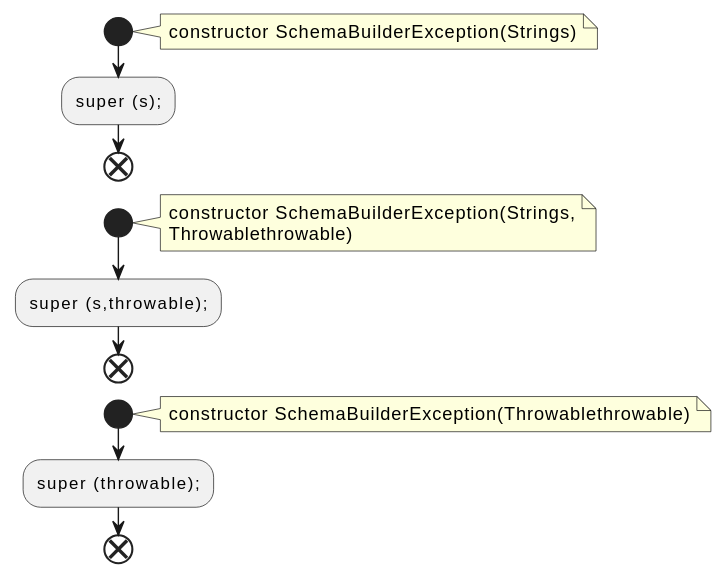
Earlier version of the PlantUML export docs/qc/connect/api/src/main/java/org/apache/kafka/connect/errors/SchemaBuilderException.java.fct.svg (qualitesys/kafka).
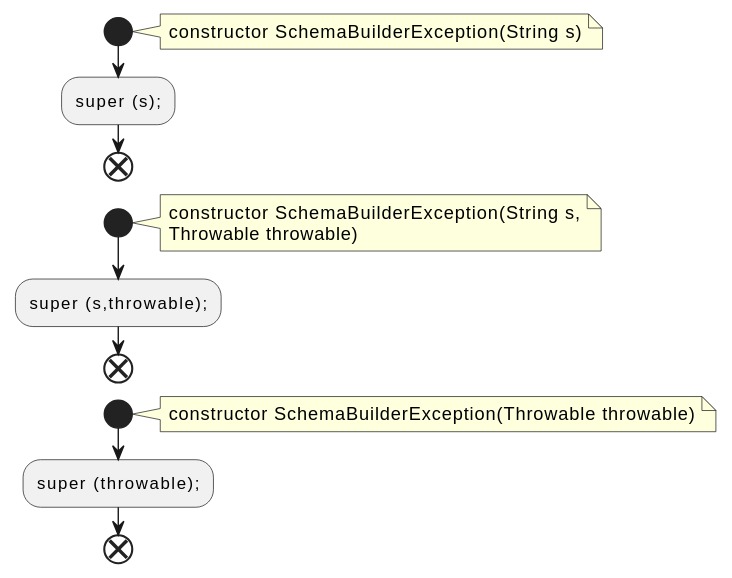
After the commit.

Change to the diagram source:
```diff
@@ -2,20 +2,20 @@
 !pragma layout smetana
 start
 note right
-constructor SchemaBuilderException(Strings)
+constructor SchemaBuilderException(String s)
 end note
 :super (s);;
 end
 start
 note right
-constructor SchemaBuilderException(Strings,
-Throwablethrowable)
+constructor SchemaBuilderException(String s,
+Throwable throwable)
 end note
 :super (s,throwable);;
 end
 start
 note right
-constructor SchemaBuilderException(Throwablethrowable)
+constructor SchemaBuilderException(Throwable throwable)
 end note
 :super (throwable);;
 end
```
